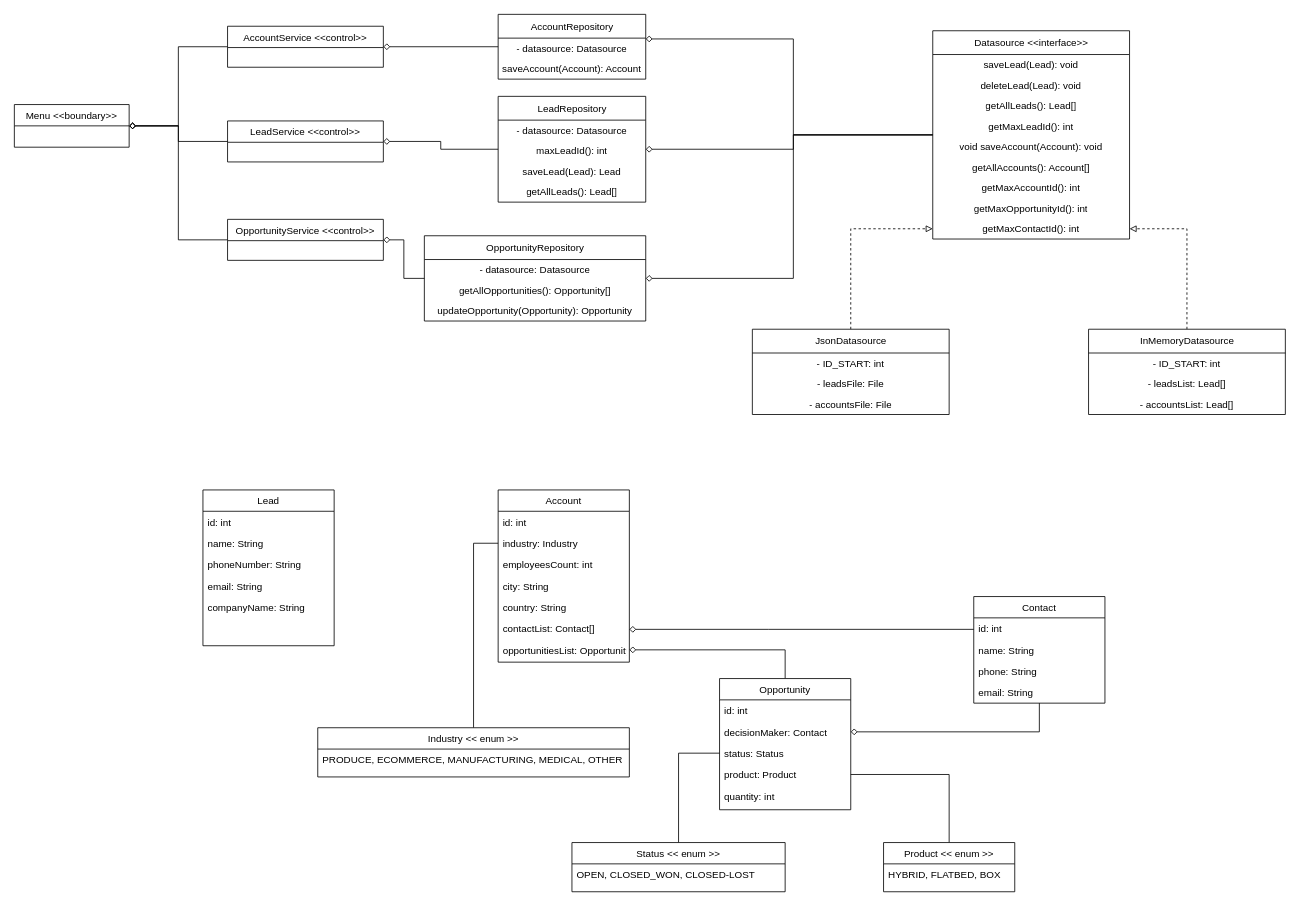
Before: docs/CRM-ClassDiagram.drawio in J3-PT-Java-Bootcamp/Team5-CRM, a draw.io diagram. Source tidied: cells renumbered, new cells numbered last; positions are measured from the earlier drawing's top-left corner, leaving out a move shared by most shapes. Both pictures are drawn from the tidied source at 82%, with x=0, y=0 at pixel (14, 14).
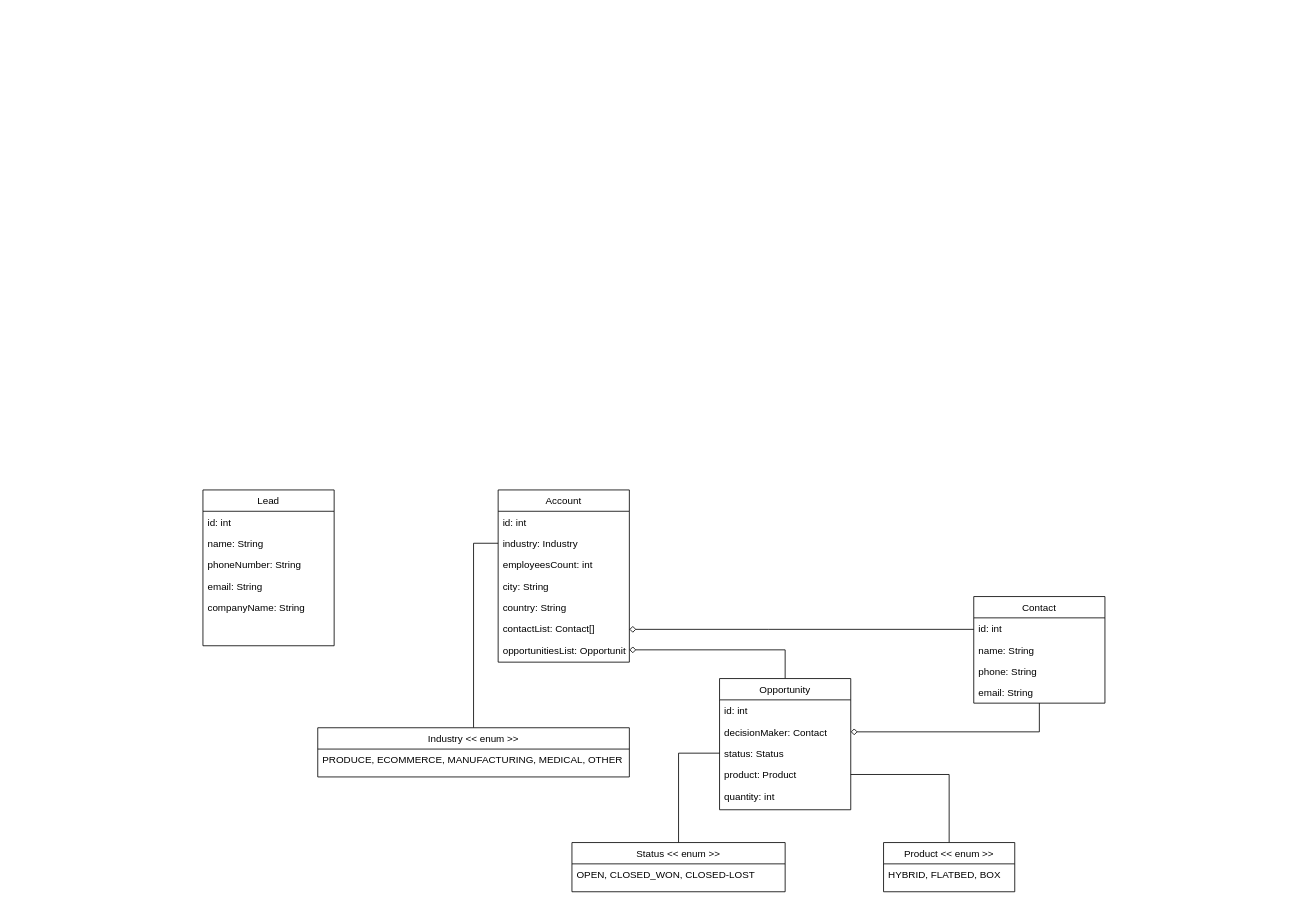
Above is the later version.

Commit message (it also covers changes not shown here):
update diagrams and fix a contact repository bug

The edit, as a diff of the source:
```diff
@@
-    <mxCell id="39" style="edgeStyle=orthogonalEdgeStyle;rounded=0;jettySize=auto;html=1;entryX=1;entryY=0.04;entryDx=0;entryDy=0;entryPerimeter=0;endArrow=diamond;endFill=0;" parent="1" edge="1" source="42" target="64">
-      <mxGeometry relative="1" as="geometry">
-        <Array as="points">
-          <mxPoint x="950" y="147" />
-          <mxPoint x="950" y="30" />
-        </Array>
-      </mxGeometry>
-    </mxCell>
-    <mxCell id="40" style="edgeStyle=orthogonalEdgeStyle;rounded=0;jettySize=auto;html=1;entryX=1;entryY=0.5;entryDx=0;entryDy=0;endArrow=diamond;endFill=0;" parent="1" edge="1" source="42" target="67">
-      <mxGeometry relative="1" as="geometry">
-        <Array as="points">
-          <mxPoint x="950" y="147" />
-          <mxPoint x="950" y="165" />
-        </Array>
-      </mxGeometry>
-    </mxCell>
-    <mxCell id="41" style="edgeStyle=orthogonalEdgeStyle;rounded=0;jettySize=auto;html=1;entryX=1;entryY=0.5;entryDx=0;entryDy=0;endArrow=diamond;endFill=0;" parent="1" edge="1" source="42" target="73">
-      <mxGeometry relative="1" as="geometry">
-        <Array as="points">
-          <mxPoint x="950" y="147" />
-          <mxPoint x="950" y="322" />
-        </Array>
-      </mxGeometry>
-    </mxCell>
-    <mxCell id="42" value="&lt;span style=&quot;font-weight: normal;&quot;&gt;Datasource &amp;lt;&amp;lt;interface&amp;gt;&amp;gt;&lt;/span&gt;" style="swimlane;fontStyle=1;align=center;verticalAlign=middle;horizontal=1;startSize=29;html=1;" parent="1" vertex="1">
-      <mxGeometry x="1120" y="20" width="240" height="254" as="geometry" />
-    </mxCell>
-    <mxCell id="43" value="saveLead(Lead): void" style="text;html=1;strokeColor=none;fillColor=none;align=center;verticalAlign=middle;spacingLeft=4;spacingRight=4;overflow=hidden;" parent="42" vertex="1">
-      <mxGeometry y="29" width="240" height="25" as="geometry" />
-    </mxCell>
-    <mxCell id="44" value="deleteLead(Lead): void" style="text;html=1;strokeColor=none;fillColor=none;align=center;verticalAlign=middle;spacingLeft=4;spacingRight=4;overflow=hidden;" parent="42" vertex="1">
-      <mxGeometry y="54" width="240" height="25" as="geometry" />
-    </mxCell>
-    <mxCell id="45" value="getAllLeads(): Lead[]" style="text;html=1;strokeColor=none;fillColor=none;align=center;verticalAlign=middle;spacingLeft=4;spacingRight=4;overflow=hidden;" parent="42" vertex="1">
-      <mxGeometry y="79" width="240" height="25" as="geometry" />
-    </mxCell>
-    <mxCell id="46" value="getMaxLeadId(): int" style="text;html=1;strokeColor=none;fillColor=none;align=center;verticalAlign=middle;spacingLeft=4;spacingRight=4;overflow=hidden;" parent="42" vertex="1">
-      <mxGeometry y="104" width="240" height="25" as="geometry" />
-    </mxCell>
-    <mxCell id="47" value="void saveAccount(Account): void" style="text;html=1;strokeColor=none;fillColor=none;align=center;verticalAlign=middle;spacingLeft=4;spacingRight=4;overflow=hidden;" parent="42" vertex="1">
-      <mxGeometry y="129" width="240" height="25" as="geometry" />
-    </mxCell>
-    <mxCell id="48" value="getAllAccounts(): Account[]" style="text;html=1;strokeColor=none;fillColor=none;align=center;verticalAlign=middle;spacingLeft=4;spacingRight=4;overflow=hidden;" parent="42" vertex="1">
-      <mxGeometry y="154" width="240" height="25" as="geometry" />
-    </mxCell>
-    <mxCell id="49" value="getMaxAccountId(): int" style="text;html=1;strokeColor=none;fillColor=none;align=center;verticalAlign=middle;spacingLeft=4;spacingRight=4;overflow=hidden;" parent="42" vertex="1">
-      <mxGeometry y="179" width="240" height="25" as="geometry" />
-    </mxCell>
-    <mxCell id="50" value="getMaxOpportunityId(): int" style="text;html=1;strokeColor=none;fillColor=none;align=center;verticalAlign=middle;spacingLeft=4;spacingRight=4;overflow=hidden;" parent="42" vertex="1">
-      <mxGeometry y="204" width="240" height="25" as="geometry" />
-    </mxCell>
-    <mxCell id="51" value="getMaxContactId(): int" style="text;html=1;strokeColor=none;fillColor=none;align=center;verticalAlign=middle;spacingLeft=4;spacingRight=4;overflow=hidden;points=[[0,0.5],[1,0.5]];portConstraint=eastwest;" parent="42" vertex="1">
-      <mxGeometry y="229" width="240" height="25" as="geometry" />
-    </mxCell>
-    <mxCell id="52" style="edgeStyle=orthogonalEdgeStyle;rounded=0;jettySize=auto;html=1;entryX=0;entryY=0.5;entryDx=0;entryDy=0;dashed=1;endArrow=block;endFill=0;" parent="1" edge="1" source="53" target="51">
-      <mxGeometry relative="1" as="geometry" />
-    </mxCell>
-    <mxCell id="53" value="&lt;span style=&quot;font-weight: normal;&quot;&gt;JsonDatasource&lt;/span&gt;" style="swimlane;fontStyle=1;align=center;verticalAlign=middle;horizontal=1;startSize=29;html=1;" parent="1" vertex="1">
-      <mxGeometry x="900" y="384" width="240" height="104" as="geometry" />
-    </mxCell>
-    <mxCell id="54" value="- ID_START: int" style="text;html=1;strokeColor=none;fillColor=none;align=center;verticalAlign=middle;spacingLeft=4;spacingRight=4;overflow=hidden;" parent="53" vertex="1">
-      <mxGeometry y="29" width="240" height="25" as="geometry" />
-    </mxCell>
-    <mxCell id="55" value="- leadsFile: File" style="text;html=1;strokeColor=none;fillColor=none;align=center;verticalAlign=middle;spacingLeft=4;spacingRight=4;overflow=hidden;" parent="53" vertex="1">
-      <mxGeometry y="54" width="240" height="25" as="geometry" />
-    </mxCell>
-    <mxCell id="56" value="- accountsFile: File" style="text;html=1;strokeColor=none;fillColor=none;align=center;verticalAlign=middle;spacingLeft=4;spacingRight=4;overflow=hidden;" parent="53" vertex="1">
-      <mxGeometry y="79" width="240" height="25" as="geometry" />
-    </mxCell>
-    <mxCell id="57" style="edgeStyle=orthogonalEdgeStyle;rounded=0;jettySize=auto;html=1;entryX=1;entryY=0.5;entryDx=0;entryDy=0;dashed=1;endArrow=block;endFill=0;" parent="1" edge="1" source="58" target="51">
-      <mxGeometry relative="1" as="geometry" />
-    </mxCell>
-    <mxCell id="58" value="&lt;span style=&quot;font-weight: normal;&quot;&gt;InMemoryDatasource&lt;/span&gt;" style="swimlane;fontStyle=1;align=center;verticalAlign=middle;horizontal=1;startSize=29;html=1;" parent="1" vertex="1">
-      <mxGeometry x="1310" y="384" width="240" height="104" as="geometry" />
-    </mxCell>
-    <mxCell id="59" value="- ID_START: int" style="text;html=1;strokeColor=none;fillColor=none;align=center;verticalAlign=middle;spacingLeft=4;spacingRight=4;overflow=hidden;" parent="58" vertex="1">
-      <mxGeometry y="29" width="240" height="25" as="geometry" />
-    </mxCell>
-    <mxCell id="60" value="- leadsList: Lead[]" style="text;html=1;strokeColor=none;fillColor=none;align=center;verticalAlign=middle;spacingLeft=4;spacingRight=4;overflow=hidden;" parent="58" vertex="1">
-      <mxGeometry y="54" width="240" height="25" as="geometry" />
-    </mxCell>
-    <mxCell id="61" value="- accountsList: Lead[]" style="text;html=1;strokeColor=none;fillColor=none;align=center;verticalAlign=middle;spacingLeft=4;spacingRight=4;overflow=hidden;" parent="58" vertex="1">
-      <mxGeometry y="79" width="240" height="25" as="geometry" />
-    </mxCell>
-    <mxCell id="62" style="edgeStyle=orthogonalEdgeStyle;rounded=0;jettySize=auto;html=1;entryX=1;entryY=0.5;entryDx=0;entryDy=0;endArrow=diamond;endFill=0;" parent="1" edge="1" source="63" target="79">
-      <mxGeometry relative="1" as="geometry" />
-    </mxCell>
-    <mxCell id="63" value="&lt;span style=&quot;font-weight: normal;&quot;&gt;AccountRepository&lt;/span&gt;" style="swimlane;fontStyle=1;align=center;verticalAlign=middle;horizontal=1;startSize=29;html=1;" parent="1" vertex="1">
-      <mxGeometry x="590" width="180" height="79" as="geometry" />
-    </mxCell>
-    <mxCell id="64" value="- datasource: Datasource" style="text;html=1;strokeColor=none;fillColor=none;align=center;verticalAlign=middle;spacingLeft=4;spacingRight=4;overflow=hidden;points=[[0,0.5],[1,0.5]];portConstraint=eastwest;" parent="63" vertex="1">
-      <mxGeometry y="29" width="180" height="25" as="geometry" />
-    </mxCell>
-    <mxCell id="65" value="saveAccount(Account): Account" style="text;html=1;strokeColor=none;fillColor=none;align=center;verticalAlign=middle;spacingLeft=4;spacingRight=4;overflow=hidden;" parent="63" vertex="1">
-      <mxGeometry y="54" width="180" height="25" as="geometry" />
-    </mxCell>
-    <mxCell id="66" style="edgeStyle=orthogonalEdgeStyle;rounded=0;jettySize=auto;html=1;entryX=1;entryY=0.5;entryDx=0;entryDy=0;endArrow=diamond;endFill=0;" parent="1" edge="1" source="67" target="81">
-      <mxGeometry relative="1" as="geometry" />
-    </mxCell>
-    <mxCell id="67" value="&lt;span style=&quot;font-weight: normal;&quot;&gt;LeadRepository&lt;/span&gt;" style="swimlane;fontStyle=1;align=center;verticalAlign=middle;horizontal=1;startSize=29;html=1;" parent="1" vertex="1">
-      <mxGeometry x="590" y="100" width="180" height="129" as="geometry" />
-    </mxCell>
-    <mxCell id="68" value="- datasource: Datasource" style="text;html=1;strokeColor=none;fillColor=none;align=center;verticalAlign=middle;spacingLeft=4;spacingRight=4;overflow=hidden;" parent="67" vertex="1">
-      <mxGeometry y="29" width="180" height="25" as="geometry" />
-    </mxCell>
-    <mxCell id="69" value="maxLeadId(): int" style="text;html=1;strokeColor=none;fillColor=none;align=center;verticalAlign=middle;spacingLeft=4;spacingRight=4;overflow=hidden;" parent="67" vertex="1">
-      <mxGeometry y="54" width="180" height="25" as="geometry" />
-    </mxCell>
-    <mxCell id="70" value="saveLead(Lead): Lead" style="text;html=1;strokeColor=none;fillColor=none;align=center;verticalAlign=middle;spacingLeft=4;spacingRight=4;overflow=hidden;" parent="67" vertex="1">
-      <mxGeometry y="79" width="180" height="25" as="geometry" />
-    </mxCell>
-    <mxCell id="71" value="getAllLeads(): Lead[]" style="text;html=1;strokeColor=none;fillColor=none;align=center;verticalAlign=middle;spacingLeft=4;spacingRight=4;overflow=hidden;" parent="67" vertex="1">
-      <mxGeometry y="104" width="180" height="25" as="geometry" />
-    </mxCell>
-    <mxCell id="72" style="edgeStyle=orthogonalEdgeStyle;rounded=0;jettySize=auto;html=1;entryX=1;entryY=0.5;entryDx=0;entryDy=0;endArrow=diamond;endFill=0;" parent="1" edge="1" source="73" target="83">
-      <mxGeometry relative="1" as="geometry" />
-    </mxCell>
-    <mxCell id="73" value="&lt;span style=&quot;font-weight: normal;&quot;&gt;OpportunityRepository&lt;/span&gt;" style="swimlane;fontStyle=1;align=center;verticalAlign=middle;horizontal=1;startSize=29;html=1;" parent="1" vertex="1">
-      <mxGeometry x="500" y="270" width="270" height="104" as="geometry" />
-    </mxCell>
-    <mxCell id="74" value="- datasource: Datasource" style="text;html=1;strokeColor=none;fillColor=none;align=center;verticalAlign=middle;spacingLeft=4;spacingRight=4;overflow=hidden;" parent="73" vertex="1">
-      <mxGeometry y="29" width="270" height="25" as="geometry" />
-    </mxCell>
-    <mxCell id="75" value="getAllOpportunities(): Opportunity[]" style="text;html=1;strokeColor=none;fillColor=none;align=center;verticalAlign=middle;spacingLeft=4;spacingRight=4;overflow=hidden;" parent="73" vertex="1">
-      <mxGeometry y="54" width="270" height="25" as="geometry" />
-    </mxCell>
-    <mxCell id="76" value="updateOpportunity(Opportunity): Opportunity" style="text;html=1;strokeColor=none;fillColor=none;align=center;verticalAlign=middle;spacingLeft=4;spacingRight=4;overflow=hidden;" parent="73" vertex="1">
-      <mxGeometry y="79" width="270" height="25" as="geometry" />
-    </mxCell>
-    <mxCell id="77" value="Menu &lt;&lt;boundary&gt;&gt;" style="swimlane;fontStyle=0;horizontal=1;startSize=26;fillColor=none;" parent="1" vertex="1">
-      <mxGeometry y="110" width="140" height="52" as="geometry" />
-    </mxCell>
-    <mxCell id="78" style="edgeStyle=orthogonalEdgeStyle;rounded=0;jettySize=auto;html=1;entryX=1;entryY=0.5;entryDx=0;entryDy=0;endArrow=diamond;endFill=0;" parent="1" edge="1" source="79" target="77">
-      <mxGeometry relative="1" as="geometry" />
-    </mxCell>
-    <mxCell id="79" value="AccountService &lt;&lt;control&gt;&gt;" style="swimlane;fontStyle=0;horizontal=1;startSize=26;fillColor=none;" parent="1" vertex="1">
-      <mxGeometry x="260" y="14.5" width="190" height="50" as="geometry" />
-    </mxCell>
-    <mxCell id="80" style="edgeStyle=orthogonalEdgeStyle;rounded=0;jettySize=auto;html=1;entryX=1;entryY=0.5;entryDx=0;entryDy=0;endArrow=diamond;endFill=0;" parent="1" edge="1" source="81" target="77">
-      <mxGeometry relative="1" as="geometry" />
-    </mxCell>
-    <mxCell id="81" value="LeadService &lt;&lt;control&gt;&gt;" style="swimlane;fontStyle=0;horizontal=1;startSize=26;fillColor=none;" parent="1" vertex="1">
-      <mxGeometry x="260" y="130" width="190" height="50" as="geometry" />
-    </mxCell>
-    <mxCell id="82" style="edgeStyle=orthogonalEdgeStyle;rounded=0;jettySize=auto;html=1;entryX=1;entryY=0.5;entryDx=0;entryDy=0;endArrow=diamond;endFill=0;" parent="1" edge="1" source="83" target="77">
-      <mxGeometry relative="1" as="geometry" />
-    </mxCell>
-    <mxCell id="83" value="OpportunityService &lt;&lt;control&gt;&gt;" style="swimlane;fontStyle=0;horizontal=1;startSize=26;fillColor=none;" parent="1" vertex="1">
-      <mxGeometry x="260" y="250" width="190" height="50" as="geometry" />
-    </mxCell>
```
